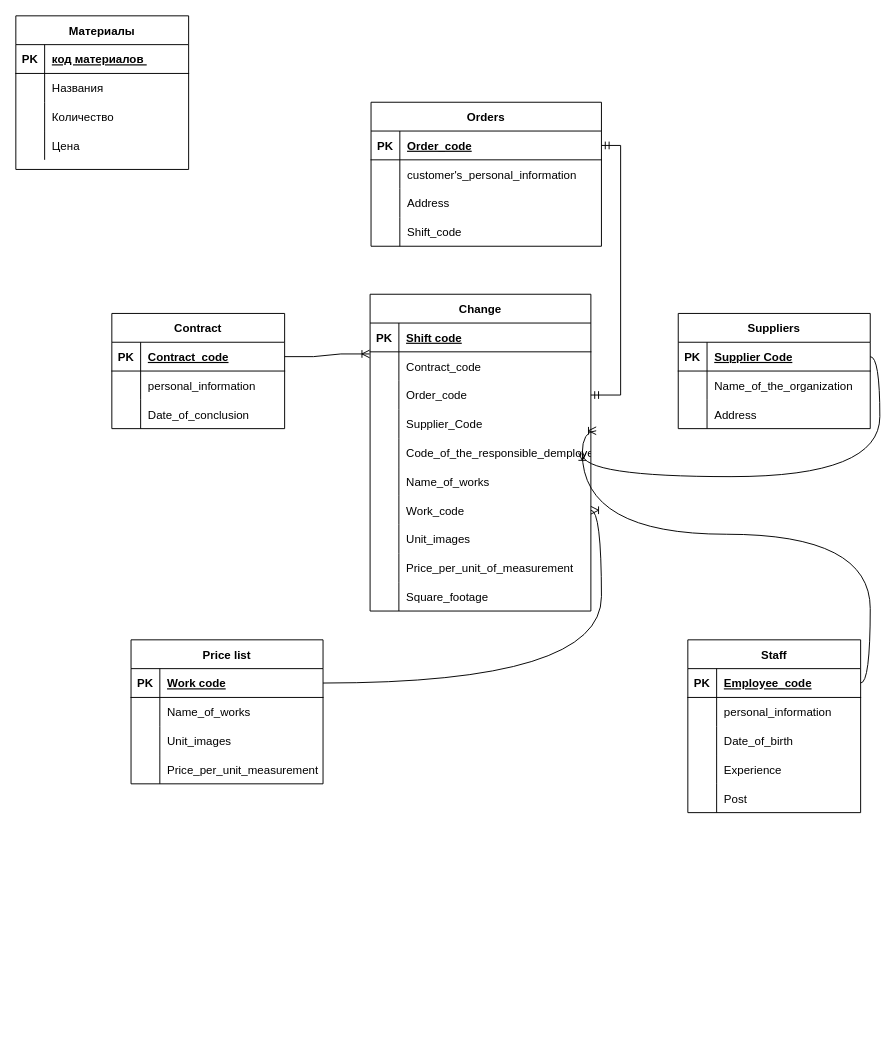
serejaARKH/SQL_I_VSE keeps this draw.io diagram as база строителей фирмы.drawio. Above is the earlier version. Source tidied: cells renumbered, new cells numbered last; positions are measured from the earlier drawing's top-left corner, leaving out a move shared by most shapes. Both pictures are drawn from the tidied source at 96%, with x=0, y=0 at pixel (15, 15).
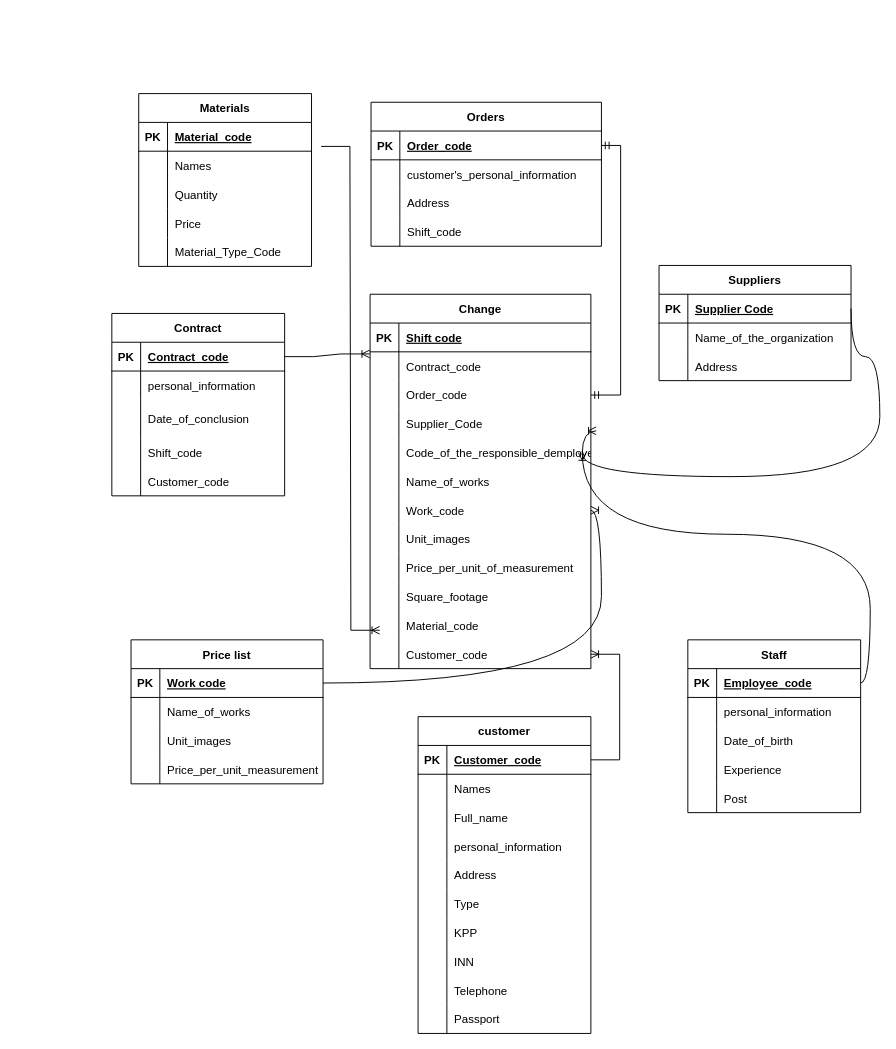
The same diagram, later.

Unchanged cells that the change refers to:
```xml
<mxCell id="101" style="shape=tableRow;horizontal=0;startSize=0;swimlaneHead=0;swimlaneBody=0;fillColor=none;top=0;left=0;right=0;bottom=1;" parent="100" vertex="1">
  <mxGeometry y="30" width="180" height="30" as="geometry" />
</mxCell>
<mxCell id="104" style="shape=tableRow;horizontal=0;startSize=0;swimlaneHead=0;swimlaneBody=0;fillColor=none;top=0;left=0;right=0;bottom=0;" parent="100" vertex="1">
  <mxGeometry y="60" width="180" height="30" as="geometry" />
</mxCell>
<mxCell id="107" style="shape=tableRow;horizontal=0;startSize=0;swimlaneHead=0;swimlaneBody=0;fillColor=none;top=0;left=0;right=0;bottom=0;" parent="100" vertex="1">
  <mxGeometry y="90" width="180" height="30" as="geometry" />
</mxCell>
<mxCell id="110" style="shape=tableRow;horizontal=0;startSize=0;swimlaneHead=0;swimlaneBody=0;fillColor=none;top=0;left=0;right=0;bottom=0;" parent="100" vertex="1">
  <mxGeometry y="120" width="180" height="30" as="geometry" />
</mxCell>
```

The edit, as a diff of the source:
```diff
@@
     <mxCell id="2" value="Contract" style="shape=table;startSize=30;childLayout=tableLayout;rowLines=0;fontStyle=1;align=center;" parent="1" vertex="1">
-      <mxGeometry x="100" y="310" width="180" height="120" as="geometry" />
+      <mxGeometry x="100" y="310" width="180" height="190" as="geometry" />
     </mxCell>
@@
     <mxCell id="9" style="shape=tableRow;horizontal=0;startSize=0;swimlaneHead=0;swimlaneBody=0;fillColor=none;top=0;left=0;right=0;bottom=0;" parent="2" vertex="1">
-      <mxGeometry y="90" width="180" height="30" as="geometry" />
+      <mxGeometry y="90" width="180" height="40" as="geometry" />
     </mxCell>
     <mxCell id="10" style="shape=partialRectangle;fillColor=none;top=0;left=0;bottom=0;right=0;overflow=hidden;" parent="9" vertex="1">
-      <mxGeometry width="30" height="30" as="geometry" />
+      <mxGeometry width="30" height="40" as="geometry" />
     </mxCell>
     <mxCell id="11" value="Date_of_conclusion" style="shape=partialRectangle;fillColor=none;top=0;left=0;bottom=0;right=0;align=left;spacingLeft=6;overflow=hidden;" parent="9" vertex="1">
-      <mxGeometry x="30" width="150" height="30" as="geometry" />
+      <mxGeometry x="30" width="150" height="40" as="geometry" />
     </mxCell>
+    <mxCell id="113" style="shape=tableRow;horizontal=0;startSize=0;swimlaneHead=0;swimlaneBody=0;fillColor=none;top=0;left=0;right=0;bottom=0;" parent="2" vertex="1">
+      <mxGeometry y="130" width="180" height="30" as="geometry" />
+    </mxCell>
+    <mxCell id="114" style="shape=partialRectangle;fillColor=none;top=0;left=0;bottom=0;right=0;overflow=hidden;" parent="113" vertex="1">
+      <mxGeometry width="30" height="30" as="geometry" />
+    </mxCell>
+    <mxCell id="115" value="Shift_code" style="shape=partialRectangle;fillColor=none;top=0;left=0;bottom=0;right=0;align=left;spacingLeft=6;overflow=hidden;" parent="113" vertex="1">
+      <mxGeometry x="30" width="150" height="30" as="geometry" />
+    </mxCell>
+    <mxCell id="116" style="shape=tableRow;horizontal=0;startSize=0;swimlaneHead=0;swimlaneBody=0;fillColor=none;top=0;left=0;right=0;bottom=0;" parent="2" vertex="1">
+      <mxGeometry y="160" width="180" height="30" as="geometry" />
+    </mxCell>
+    <mxCell id="117" style="shape=partialRectangle;fillColor=none;top=0;left=0;bottom=0;right=0;overflow=hidden;" parent="116" vertex="1">
+      <mxGeometry width="30" height="30" as="geometry" />
+    </mxCell>
+    <mxCell id="118" value="Customer_code" style="shape=partialRectangle;fillColor=none;top=0;left=0;bottom=0;right=0;align=left;spacingLeft=6;overflow=hidden;" parent="116" vertex="1">
+      <mxGeometry x="30" width="150" height="30" as="geometry" />
+    </mxCell>
     <mxCell id="12" value="Change" style="shape=table;startSize=30;childLayout=tableLayout;rowLines=0;fontStyle=1;align=center;gradientColor=none;" parent="1" vertex="1">
-      <mxGeometry x="369" y="290" width="230" height="330" as="geometry" />
+      <mxGeometry x="369" y="290" width="230" height="390" as="geometry" />
     </mxCell>
@@
+    <mxCell id="119" style="shape=tableRow;horizontal=0;startSize=0;swimlaneHead=0;swimlaneBody=0;fillColor=none;top=0;left=0;right=0;bottom=0;" parent="12" vertex="1">
+      <mxGeometry y="330" width="230" height="30" as="geometry" />
+    </mxCell>
+    <mxCell id="120" style="shape=partialRectangle;fillColor=none;top=0;left=0;bottom=0;right=0;overflow=hidden;" parent="119" vertex="1">
+      <mxGeometry width="30" height="30" as="geometry" />
+    </mxCell>
+    <mxCell id="121" value="Material_code" style="shape=partialRectangle;fillColor=none;top=0;left=0;bottom=0;right=0;align=left;spacingLeft=6;overflow=hidden;" parent="119" vertex="1">
+      <mxGeometry x="30" width="200" height="30" as="geometry" />
+    </mxCell>
+    <mxCell id="122" style="shape=tableRow;horizontal=0;startSize=0;swimlaneHead=0;swimlaneBody=0;fillColor=none;points=[[0,0.5],[1,0.5]];portConstraint=eastwest;top=0;left=0;right=0;bottom=0;" parent="12" vertex="1">
+      <mxGeometry y="360" width="230" height="30" as="geometry" />
+    </mxCell>
+    <mxCell id="123" style="shape=partialRectangle;fillColor=none;top=0;left=0;bottom=0;right=0;overflow=hidden;" parent="122" vertex="1">
+      <mxGeometry width="30" height="30" as="geometry" />
+    </mxCell>
+    <mxCell id="124" value="Customer_code" style="shape=partialRectangle;fillColor=none;top=0;left=0;bottom=0;right=0;align=left;spacingLeft=6;overflow=hidden;" parent="122" vertex="1">
+      <mxGeometry x="30" width="200" height="30" as="geometry" />
+    </mxCell>
@@
     <mxCell id="56" value="Suppliers" style="shape=table;startSize=30;childLayout=tableLayout;rowLines=0;fontStyle=1;align=center;" parent="1" vertex="1">
-      <mxGeometry x="690" y="310" width="200" height="120" as="geometry" />
+      <mxGeometry x="670" y="260" width="200" height="120" as="geometry" />
     </mxCell>
@@
-    <mxCell id="100" value="Материалы" style="shape=table;startSize=30;childLayout=tableLayout;rowLines=0;fontStyle=1;align=center;" parent="1" vertex="1">
-      <mxGeometry width="180" height="160" as="geometry" />
+    <mxCell id="100" value="Materials" style="shape=table;startSize=30;childLayout=tableLayout;rowLines=0;fontStyle=1;align=center;" parent="1" vertex="1">
+      <mxGeometry x="128" y="81" width="180" height="180" as="geometry" />
     </mxCell>
@@
-    <mxCell id="103" value="код материалов " style="shape=partialRectangle;fillColor=none;top=0;left=0;bottom=0;right=0;align=left;spacingLeft=6;fontStyle=5;overflow=hidden;" parent="101" vertex="1">
+    <mxCell id="103" value="Material_code" style="shape=partialRectangle;fillColor=none;top=0;left=0;bottom=0;right=0;align=left;spacingLeft=6;fontStyle=5;overflow=hidden;" parent="101" vertex="1">
       <mxGeometry x="30" width="150" height="30" as="geometry" />
     </mxCell>
@@
-    <mxCell id="106" value="Названия" style="shape=partialRectangle;fillColor=none;top=0;left=0;bottom=0;right=0;align=left;spacingLeft=6;overflow=hidden;" parent="104" vertex="1">
+    <mxCell id="106" value="Names" style="shape=partialRectangle;fillColor=none;top=0;left=0;bottom=0;right=0;align=left;spacingLeft=6;overflow=hidden;" parent="104" vertex="1">
       <mxGeometry x="30" width="150" height="30" as="geometry" />
     </mxCell>
@@
-    <mxCell id="109" value="Количество " style="shape=partialRectangle;fillColor=none;top=0;left=0;bottom=0;right=0;align=left;spacingLeft=6;overflow=hidden;" parent="107" vertex="1">
+    <mxCell id="109" value="Quantity" style="shape=partialRectangle;fillColor=none;top=0;left=0;bottom=0;right=0;align=left;spacingLeft=6;overflow=hidden;" parent="107" vertex="1">
       <mxGeometry x="30" width="150" height="30" as="geometry" />
     </mxCell>
@@
-    <mxCell id="112" value="Цена" style="shape=partialRectangle;fillColor=none;top=0;left=0;bottom=0;right=0;align=left;spacingLeft=6;overflow=hidden;" parent="110" vertex="1">
+    <mxCell id="112" value="Price" style="shape=partialRectangle;fillColor=none;top=0;left=0;bottom=0;right=0;align=left;spacingLeft=6;overflow=hidden;" parent="110" vertex="1">
       <mxGeometry x="30" width="150" height="30" as="geometry" />
     </mxCell>
+    <mxCell id="125" style="shape=tableRow;horizontal=0;startSize=0;swimlaneHead=0;swimlaneBody=0;fillColor=none;top=0;left=0;right=0;bottom=0;" parent="100" vertex="1">
+      <mxGeometry y="150" width="180" height="30" as="geometry" />
+    </mxCell>
+    <mxCell id="126" style="shape=partialRectangle;fillColor=none;top=0;left=0;bottom=0;right=0;overflow=hidden;" parent="125" vertex="1">
+      <mxGeometry width="30" height="30" as="geometry" />
+    </mxCell>
+    <mxCell id="127" value="Material_Type_Code" style="shape=partialRectangle;fillColor=none;top=0;left=0;bottom=0;right=0;align=left;spacingLeft=6;overflow=hidden;" parent="125" vertex="1">
+      <mxGeometry x="30" width="150" height="30" as="geometry" />
+    </mxCell>
+    <mxCell id="128" value="customer" style="shape=table;startSize=30;childLayout=tableLayout;rowLines=0;fontStyle=1;align=center;" parent="1" vertex="1">
+      <mxGeometry x="419" y="730" width="180" height="330" as="geometry" />
+    </mxCell>
+    <mxCell id="129" style="shape=tableRow;horizontal=0;startSize=0;swimlaneHead=0;swimlaneBody=0;fillColor=none;points=[[0,0.5],[1,0.5]];portConstraint=eastwest;top=0;left=0;right=0;bottom=1;" parent="128" vertex="1">
+      <mxGeometry y="30" width="180" height="30" as="geometry" />
+    </mxCell>
+    <mxCell id="130" value="PK" style="shape=partialRectangle;fillColor=none;top=0;left=0;bottom=0;right=0;fontStyle=1;overflow=hidden;" parent="129" vertex="1">
+      <mxGeometry width="30" height="30" as="geometry" />
+    </mxCell>
+    <mxCell id="131" value="Customer_сode" style="shape=partialRectangle;fillColor=none;top=0;left=0;bottom=0;right=0;align=left;spacingLeft=6;fontStyle=5;overflow=hidden;" parent="129" vertex="1">
+      <mxGeometry x="30" width="150" height="30" as="geometry" />
+    </mxCell>
+    <mxCell id="132" style="shape=tableRow;horizontal=0;startSize=0;swimlaneHead=0;swimlaneBody=0;fillColor=none;top=0;left=0;right=0;bottom=0;" parent="128" vertex="1">
+      <mxGeometry y="60" width="180" height="30" as="geometry" />
+    </mxCell>
+    <mxCell id="133" style="shape=partialRectangle;fillColor=none;top=0;left=0;bottom=0;right=0;overflow=hidden;" parent="132" vertex="1">
+      <mxGeometry width="30" height="30" as="geometry" />
+    </mxCell>
+    <mxCell id="134" value="Names" style="shape=partialRectangle;fillColor=none;top=0;left=0;bottom=0;right=0;align=left;spacingLeft=6;overflow=hidden;" parent="132" vertex="1">
+      <mxGeometry x="30" width="150" height="30" as="geometry" />
+    </mxCell>
+    <mxCell id="135" style="shape=tableRow;horizontal=0;startSize=0;swimlaneHead=0;swimlaneBody=0;fillColor=none;top=0;left=0;right=0;bottom=0;" parent="128" vertex="1">
+      <mxGeometry y="90" width="180" height="30" as="geometry" />
+    </mxCell>
+    <mxCell id="136" style="shape=partialRectangle;fillColor=none;top=0;left=0;bottom=0;right=0;overflow=hidden;" parent="135" vertex="1">
+      <mxGeometry width="30" height="30" as="geometry" />
+    </mxCell>
+    <mxCell id="137" value="Full_name" style="shape=partialRectangle;fillColor=none;top=0;left=0;bottom=0;right=0;align=left;spacingLeft=6;overflow=hidden;" parent="135" vertex="1">
+      <mxGeometry x="30" width="150" height="30" as="geometry" />
+    </mxCell>
+    <mxCell id="138" style="shape=tableRow;horizontal=0;startSize=0;swimlaneHead=0;swimlaneBody=0;fillColor=none;top=0;left=0;right=0;bottom=0;" parent="128" vertex="1">
+      <mxGeometry y="120" width="180" height="30" as="geometry" />
+    </mxCell>
+    <mxCell id="139" style="shape=partialRectangle;fillColor=none;top=0;left=0;bottom=0;right=0;overflow=hidden;" parent="138" vertex="1">
+      <mxGeometry width="30" height="30" as="geometry" />
+    </mxCell>
+    <mxCell id="140" value="personal_information" style="shape=partialRectangle;fillColor=none;top=0;left=0;bottom=0;right=0;align=left;spacingLeft=6;overflow=hidden;" parent="138" vertex="1">
+      <mxGeometry x="30" width="150" height="30" as="geometry" />
+    </mxCell>
+    <mxCell id="141" style="shape=tableRow;horizontal=0;startSize=0;swimlaneHead=0;swimlaneBody=0;fillColor=none;top=0;left=0;right=0;bottom=0;" parent="128" vertex="1">
+      <mxGeometry y="150" width="180" height="30" as="geometry" />
+    </mxCell>
+    <mxCell id="142" style="shape=partialRectangle;fillColor=none;top=0;left=0;bottom=0;right=0;overflow=hidden;" parent="141" vertex="1">
+      <mxGeometry width="30" height="30" as="geometry" />
+    </mxCell>
+    <mxCell id="143" value="Address" style="shape=partialRectangle;fillColor=none;top=0;left=0;bottom=0;right=0;align=left;spacingLeft=6;overflow=hidden;" parent="141" vertex="1">
+      <mxGeometry x="30" width="150" height="30" as="geometry" />
+    </mxCell>
+    <mxCell id="144" style="shape=tableRow;horizontal=0;startSize=0;swimlaneHead=0;swimlaneBody=0;fillColor=none;top=0;left=0;right=0;bottom=0;" parent="128" vertex="1">
+      <mxGeometry y="180" width="180" height="30" as="geometry" />
+    </mxCell>
+    <mxCell id="145" style="shape=partialRectangle;fillColor=none;top=0;left=0;bottom=0;right=0;overflow=hidden;" parent="144" vertex="1">
+      <mxGeometry width="30" height="30" as="geometry" />
+    </mxCell>
+    <mxCell id="146" value="Type" style="shape=partialRectangle;fillColor=none;top=0;left=0;bottom=0;right=0;align=left;spacingLeft=6;overflow=hidden;" parent="144" vertex="1">
+      <mxGeometry x="30" width="150" height="30" as="geometry" />
+    </mxCell>
+    <mxCell id="147" style="shape=tableRow;horizontal=0;startSize=0;swimlaneHead=0;swimlaneBody=0;fillColor=none;top=0;left=0;right=0;bottom=0;" parent="128" vertex="1">
+      <mxGeometry y="210" width="180" height="30" as="geometry" />
+    </mxCell>
+    <mxCell id="148" style="shape=partialRectangle;fillColor=none;top=0;left=0;bottom=0;right=0;overflow=hidden;" parent="147" vertex="1">
+      <mxGeometry width="30" height="30" as="geometry" />
+    </mxCell>
+    <mxCell id="149" value="KPP" style="shape=partialRectangle;fillColor=none;top=0;left=0;bottom=0;right=0;align=left;spacingLeft=6;overflow=hidden;" parent="147" vertex="1">
+      <mxGeometry x="30" width="150" height="30" as="geometry" />
+    </mxCell>
+    <mxCell id="150" style="shape=tableRow;horizontal=0;startSize=0;swimlaneHead=0;swimlaneBody=0;fillColor=none;top=0;left=0;right=0;bottom=0;" parent="128" vertex="1">
+      <mxGeometry y="240" width="180" height="30" as="geometry" />
+    </mxCell>
+    <mxCell id="151" style="shape=partialRectangle;fillColor=none;top=0;left=0;bottom=0;right=0;overflow=hidden;" parent="150" vertex="1">
+      <mxGeometry width="30" height="30" as="geometry" />
+    </mxCell>
+    <mxCell id="152" value="INN" style="shape=partialRectangle;fillColor=none;top=0;left=0;bottom=0;right=0;align=left;spacingLeft=6;overflow=hidden;" parent="150" vertex="1">
+      <mxGeometry x="30" width="150" height="30" as="geometry" />
+    </mxCell>
+    <mxCell id="153" style="shape=tableRow;horizontal=0;startSize=0;swimlaneHead=0;swimlaneBody=0;fillColor=none;top=0;left=0;right=0;bottom=0;" parent="128" vertex="1">
+      <mxGeometry y="270" width="180" height="30" as="geometry" />
+    </mxCell>
+    <mxCell id="154" style="shape=partialRectangle;fillColor=none;top=0;left=0;bottom=0;right=0;overflow=hidden;" parent="153" vertex="1">
+      <mxGeometry width="30" height="30" as="geometry" />
+    </mxCell>
+    <mxCell id="155" value="Telephone" style="shape=partialRectangle;fillColor=none;top=0;left=0;bottom=0;right=0;align=left;spacingLeft=6;overflow=hidden;" parent="153" vertex="1">
+      <mxGeometry x="30" width="150" height="30" as="geometry" />
+    </mxCell>
+    <mxCell id="156" style="shape=tableRow;horizontal=0;startSize=0;swimlaneHead=0;swimlaneBody=0;fillColor=none;top=0;left=0;right=0;bottom=0;" parent="128" vertex="1">
+      <mxGeometry y="300" width="180" height="30" as="geometry" />
+    </mxCell>
+    <mxCell id="157" style="shape=partialRectangle;fillColor=none;top=0;left=0;bottom=0;right=0;overflow=hidden;" parent="156" vertex="1">
+      <mxGeometry width="30" height="30" as="geometry" />
+    </mxCell>
+    <mxCell id="158" value="Passport" style="shape=partialRectangle;fillColor=none;top=0;left=0;bottom=0;right=0;align=left;spacingLeft=6;overflow=hidden;" parent="156" vertex="1">
+      <mxGeometry x="30" width="150" height="30" as="geometry" />
+    </mxCell>
+    <mxCell id="159" style="edgeStyle=entityRelationEdgeStyle;fontSize=12;html=1;endArrow=ERoneToMany;rounded=0;exitX=1;exitY=0.5;exitDx=0;exitDy=0;entryX=1;entryY=0.5;entryDx=0;entryDy=0;" parent="1" edge="1" source="129" target="122">
+      <mxGeometry relative="1" as="geometry" />
+    </mxCell>
+    <mxCell id="160" style="edgeStyle=entityRelationEdgeStyle;fontSize=12;html=1;endArrow=ERoneToMany;rounded=0;exitX=1;exitY=0.5;exitDx=0;exitDy=0;" parent="1" edge="1">
+      <mxGeometry relative="1" as="geometry">
+        <mxPoint x="318" y="136" as="sourcePoint" />
+        <mxPoint x="379" y="640" as="targetPoint" />
+      </mxGeometry>
+    </mxCell>
```
